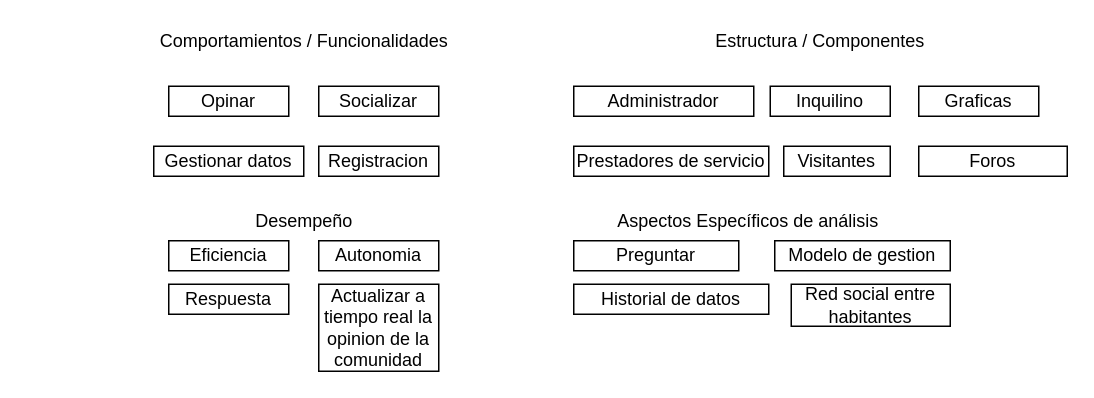
kevinKASP/.............. keeps this draw.io diagram as Untitled Diagram.drawio. Above is the earlier version. Source tidied: cells renumbered, new cells numbered last; positions are measured from the earlier drawing's top-left corner, leaving out a move shared by most shapes. Both pictures are drawn from the tidied source at 150%, with x=0, y=0 at pixel (146, 26).
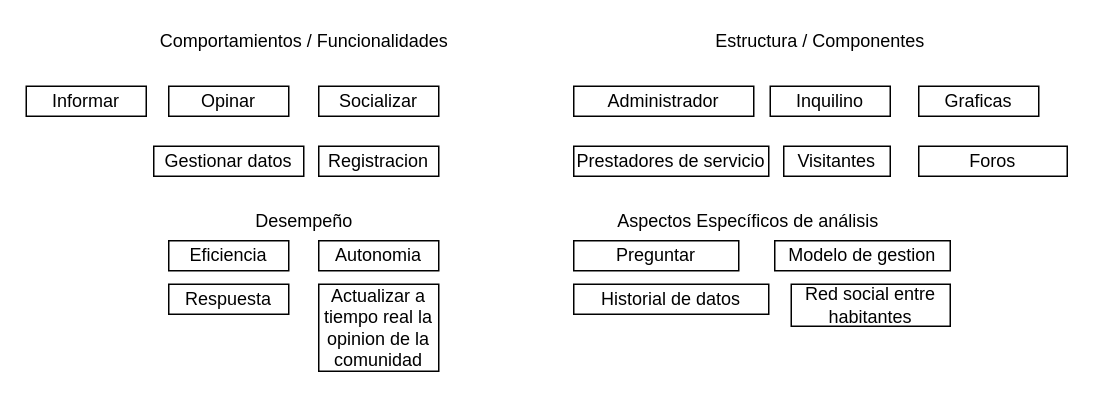
The same page after the edit.

The edit, as a diff of the source:
```diff
@@
+    <mxCell id="24" value="Informar" style="rounded=0;whiteSpace=wrap;html=1;" parent="1" vertex="1">
+      <mxGeometry x="-80" y="40" width="80" height="20" as="geometry" />
+    </mxCell>
```
